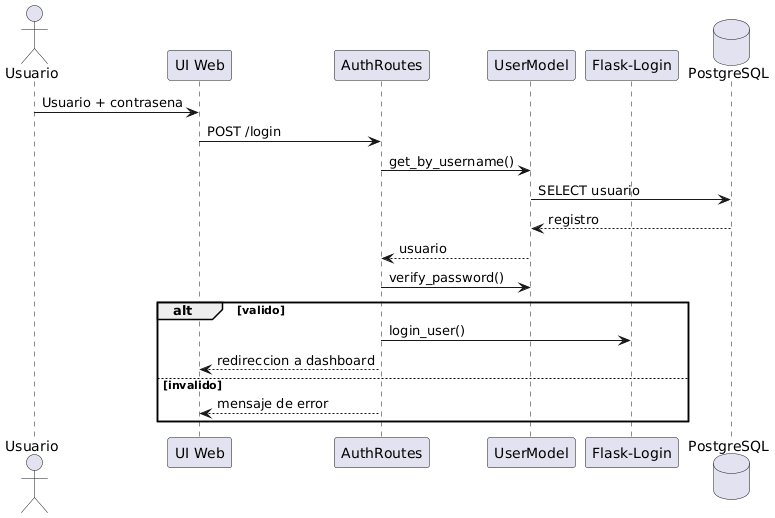
Before: docs/uml/render/secuencias/CU06_iniciar_sesion.png, a diagram exported from PlantUML (maranavard/SISTEMA-COMPUTACIONAL-PARA-LA-GESTION-Y-CONTROL-DE-ACCESO-DE-AUTOMOVILES-M-DULO-WEB). Source of this version:
```plantuml
@startuml
actor Usuario
participant "UI Web" as UI
participant "AuthRoutes" as A
participant "UserModel" as U
participant "Flask-Login" as L
database "PostgreSQL" as DB

Usuario -> UI : Usuario + contrasena
UI -> A : POST /login
A -> U : get_by_username()
U -> DB : SELECT usuario
DB --> U : registro
U --> A : usuario
A -> U : verify_password()
alt valido
  A -> L : login_user()
  A --> UI : redireccion a dashboard
else invalido
  A --> UI : mensaje de error
end
@enduml
```
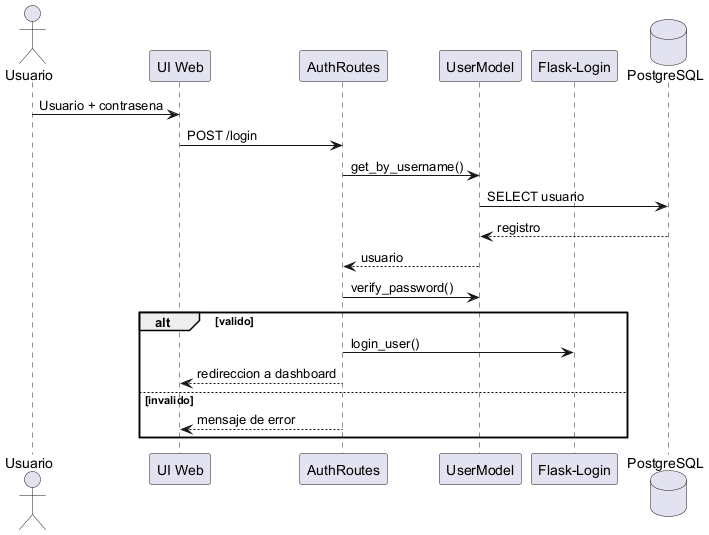
After the commit.

What changed in the source:
```diff
@@ -1,4 +1,4 @@
-@startuml
+@startuml CU06_iniciar_sesion
 actor Usuario
 participant "UI Web" as UI
 participant "AuthRoutes" as A
```
